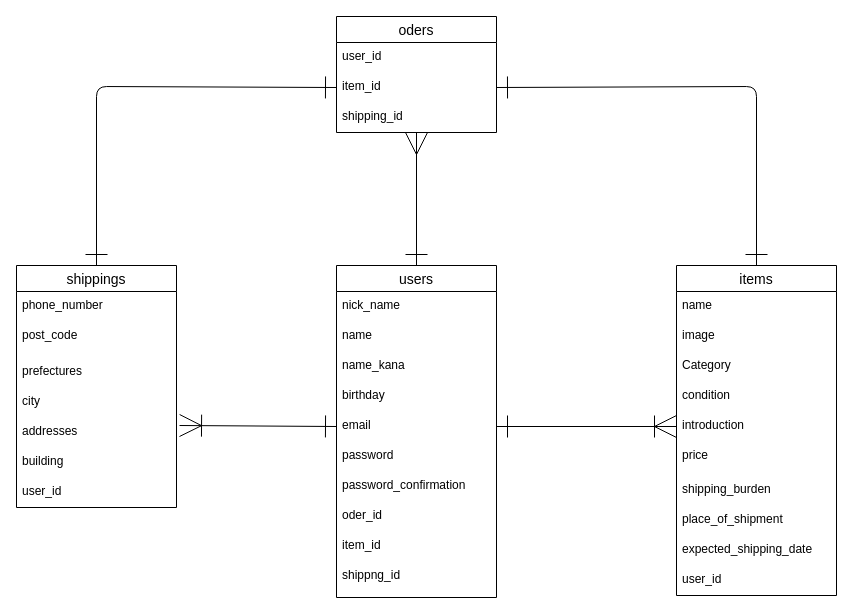
Before: page "ページ1" (1 of 2) of Entity Relationship.dio in sbmbgoto/furima-39218, a draw.io diagram. Source tidied: cells renumbered, new cells numbered last; positions are measured from the earlier drawing's top-left corner, leaving out a move shared by most shapes. Both pictures are drawn from the tidied source at 100%, with x=0, y=0 at pixel (16, 16).
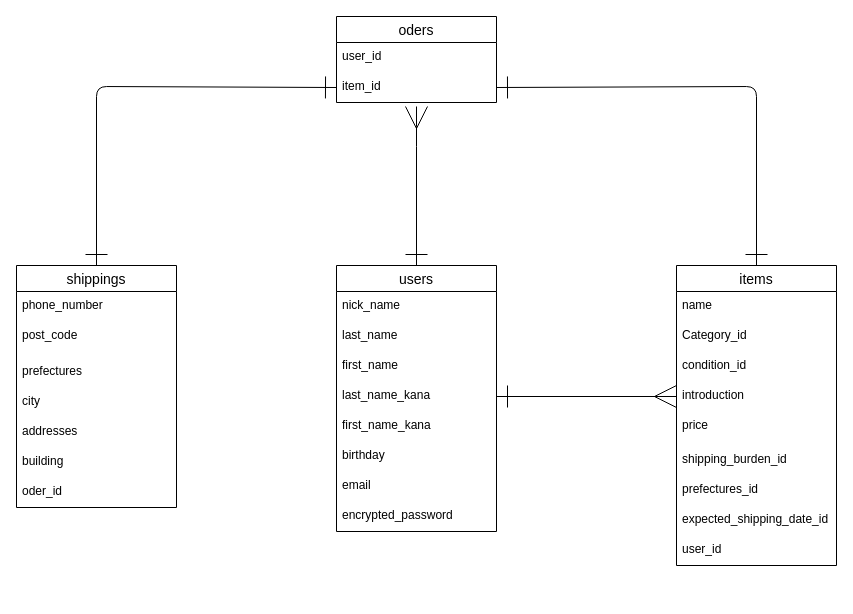
The same page after the edit.

Unchanged cells that the change refers to:
```xml
<mxCell id="7" value="shippings" style="swimlane;fontStyle=0;horizontal=1;startSize=26;align=center;fontSize=14;" parent="1" vertex="1">
  <mxGeometry y="249" width="160" height="242" as="geometry" />
</mxCell>
<mxCell id="12" value="addresses" style="text;strokeColor=none;fillColor=none;spacingLeft=4;spacingRight=4;overflow=hidden;points=[[0,0.5],[1,0.5]];portConstraint=eastwest;fontSize=12;" parent="7" vertex="1">
  <mxGeometry y="152" width="160" height="30" as="geometry" />
</mxCell>
```

What changed in the source:
```diff
@@
     <mxCell id="2" value="oders" style="swimlane;fontStyle=0;horizontal=1;startSize=26;align=center;fontSize=14;" parent="1" vertex="1">
-      <mxGeometry x="320" width="160" height="116" as="geometry" />
+      <mxGeometry x="320" width="160" height="86" as="geometry" />
     </mxCell>
@@
-    <mxCell id="5" value="shipping_id" style="text;strokeColor=none;fillColor=none;spacingLeft=4;spacingRight=4;overflow=hidden;points=[[0,0.5],[1,0.5]];portConstraint=eastwest;fontSize=12;" parent="2" vertex="1">
-      <mxGeometry y="86" width="160" height="30" as="geometry" />
-    </mxCell>
@@
-    <mxCell id="14" value="user_id" style="text;strokeColor=none;fillColor=none;spacingLeft=4;spacingRight=4;overflow=hidden;fontSize=12;" parent="7" vertex="1">
+    <mxCell id="14" value="oder_id" style="text;strokeColor=none;fillColor=none;spacingLeft=4;spacingRight=4;overflow=hidden;fontSize=12;" parent="7" vertex="1">
       <mxGeometry y="212" width="160" height="30" as="geometry" />
     </mxCell>
@@
     <mxCell id="16" value="items" style="swimlane;fontStyle=0;horizontal=1;startSize=26;align=center;fontSize=14;" parent="1" vertex="1">
-      <mxGeometry x="660" y="249" width="160" height="330" as="geometry" />
+      <mxGeometry x="660" y="249" width="160" height="300" as="geometry" />
     </mxCell>
@@
-    <mxCell id="18" value="image" style="text;strokeColor=none;fillColor=none;spacingLeft=4;spacingRight=4;overflow=hidden;fontSize=12;" parent="16" vertex="1">
-      <mxGeometry y="56" width="160" height="30" as="geometry" />
-    </mxCell>
-    <mxCell id="19" value="Category" style="text;strokeColor=none;fillColor=none;spacingLeft=4;spacingRight=4;overflow=hidden;fontSize=12;" parent="16" vertex="1">
-      <mxGeometry y="86" width="160" height="30" as="geometry" />
+    <mxCell id="19" value="Category_id" style="text;strokeColor=none;fillColor=none;spacingLeft=4;spacingRight=4;overflow=hidden;fontSize=12;" parent="16" vertex="1">
+      <mxGeometry y="56" width="160" height="30" as="geometry" />
     </mxCell>
-    <mxCell id="20" value="condition" style="text;strokeColor=none;fillColor=none;spacingLeft=4;spacingRight=4;overflow=hidden;fontSize=12;" parent="16" vertex="1">
-      <mxGeometry y="116" width="160" height="30" as="geometry" />
+    <mxCell id="20" value="condition_id" style="text;strokeColor=none;fillColor=none;spacingLeft=4;spacingRight=4;overflow=hidden;fontSize=12;" parent="16" vertex="1">
+      <mxGeometry y="86" width="160" height="30" as="geometry" />
     </mxCell>
     <mxCell id="21" value="introduction" style="text;strokeColor=none;fillColor=none;spacingLeft=4;spacingRight=4;overflow=hidden;points=[[0,0.5],[1,0.5]];portConstraint=eastwest;fontSize=12;" parent="16" vertex="1">
-      <mxGeometry y="146" width="160" height="30" as="geometry" />
+      <mxGeometry y="116" width="160" height="30" as="geometry" />
     </mxCell>
     <mxCell id="22" value="price" style="text;strokeColor=none;fillColor=none;spacingLeft=4;spacingRight=4;overflow=hidden;fontSize=12;" parent="16" vertex="1">
-      <mxGeometry y="176" width="160" height="34" as="geometry" />
+      <mxGeometry y="146" width="160" height="34" as="geometry" />
     </mxCell>
-    <mxCell id="23" value="shipping_burden" style="text;strokeColor=none;fillColor=none;spacingLeft=4;spacingRight=4;overflow=hidden;fontSize=12;" parent="16" vertex="1">
-      <mxGeometry y="210" width="160" height="30" as="geometry" />
+    <mxCell id="23" value="shipping_burden_id" style="text;strokeColor=none;fillColor=none;spacingLeft=4;spacingRight=4;overflow=hidden;fontSize=12;" parent="16" vertex="1">
+      <mxGeometry y="180" width="160" height="30" as="geometry" />
     </mxCell>
-    <mxCell id="24" value="place_of_shipment" style="text;strokeColor=none;fillColor=none;spacingLeft=4;spacingRight=4;overflow=hidden;fontSize=12;" parent="16" vertex="1">
-      <mxGeometry y="240" width="160" height="30" as="geometry" />
+    <mxCell id="24" value="prefectures_id" style="text;strokeColor=none;fillColor=none;spacingLeft=4;spacingRight=4;overflow=hidden;fontSize=12;" parent="16" vertex="1">
+      <mxGeometry y="210" width="160" height="30" as="geometry" />
     </mxCell>
-    <mxCell id="25" value="expected_shipping_date" style="text;strokeColor=none;fillColor=none;spacingLeft=4;spacingRight=4;overflow=hidden;fontSize=12;" parent="16" vertex="1">
-      <mxGeometry y="270" width="160" height="30" as="geometry" />
+    <mxCell id="25" value="expected_shipping_date_id" style="text;strokeColor=none;fillColor=none;spacingLeft=4;spacingRight=4;overflow=hidden;fontSize=12;" parent="16" vertex="1">
+      <mxGeometry y="240" width="160" height="30" as="geometry" />
     </mxCell>
     <mxCell id="26" value="user_id" style="text;strokeColor=none;fillColor=none;spacingLeft=4;spacingRight=4;overflow=hidden;fontSize=12;" parent="16" vertex="1">
-      <mxGeometry y="300" width="160" height="30" as="geometry" />
+      <mxGeometry y="270" width="160" height="30" as="geometry" />
     </mxCell>
-    <mxCell id="27" style="edgeStyle=none;jumpSize=6;html=1;exitX=0.5;exitY=0;exitDx=0;exitDy=0;startArrow=ERone;startFill=0;endArrow=ERmany;endFill=0;startSize=20;endSize=20;" parent="1" edge="1" source="28" target="5">
-      <mxGeometry relative="1" as="geometry" />
+    <mxCell id="27" style="edgeStyle=none;jumpSize=6;html=1;exitX=0.5;exitY=0;exitDx=0;exitDy=0;startArrow=ERone;startFill=0;endArrow=ERmany;endFill=0;startSize=20;endSize=20;" parent="1" edge="1" source="28">
+      <mxGeometry relative="1" as="geometry">
+        <mxPoint x="400" y="90" as="targetPoint" />
+        <Array as="points">
+          <mxPoint x="400" y="120" />
+        </Array>
+      </mxGeometry>
     </mxCell>
     <mxCell id="28" value="users" style="swimlane;fontStyle=0;horizontal=1;startSize=26;align=center;fontSize=14;" parent="1" vertex="1">
-      <mxGeometry x="320" y="249" width="160" height="332" as="geometry" />
+      <mxGeometry x="320" y="249" width="160" height="266" as="geometry" />
     </mxCell>
@@
+    <mxCell id="37" value="last_name" style="text;strokeColor=none;fillColor=none;spacingLeft=4;spacingRight=4;overflow=hidden;fontSize=12;" parent="28" vertex="1">
+      <mxGeometry y="56" width="160" height="30" as="geometry" />
+    </mxCell>
-    <mxCell id="30" value="name" style="text;strokeColor=none;fillColor=none;spacingLeft=4;spacingRight=4;overflow=hidden;fontSize=12;" parent="28" vertex="1">
-      <mxGeometry y="56" width="160" height="30" as="geometry" />
+    <mxCell id="30" value="first_name" style="text;strokeColor=none;fillColor=none;spacingLeft=4;spacingRight=4;overflow=hidden;fontSize=12;" parent="28" vertex="1">
+      <mxGeometry y="86" width="160" height="30" as="geometry" />
     </mxCell>
+    <mxCell id="36" value="last_name_kana" style="text;strokeColor=none;fillColor=none;spacingLeft=4;spacingRight=4;overflow=hidden;points=[[0,0.5],[1,0.5]];portConstraint=eastwest;fontSize=12;" parent="28" vertex="1">
+      <mxGeometry y="116" width="160" height="30" as="geometry" />
+    </mxCell>
-    <mxCell id="31" value="name_kana" style="text;strokeColor=none;fillColor=none;spacingLeft=4;spacingRight=4;overflow=hidden;fontSize=12;" parent="28" vertex="1">
-      <mxGeometry y="86" width="160" height="30" as="geometry" />
+    <mxCell id="31" value="first_name_kana" style="text;strokeColor=none;fillColor=none;spacingLeft=4;spacingRight=4;overflow=hidden;fontSize=12;" parent="28" vertex="1">
+      <mxGeometry y="146" width="160" height="30" as="geometry" />
     </mxCell>
     <mxCell id="32" value="birthday" style="text;strokeColor=none;fillColor=none;spacingLeft=4;spacingRight=4;overflow=hidden;fontSize=12;" parent="28" vertex="1">
-      <mxGeometry y="116" width="160" height="30" as="geometry" />
+      <mxGeometry y="176" width="160" height="30" as="geometry" />
     </mxCell>
     <mxCell id="33" value="email" style="text;strokeColor=none;fillColor=none;spacingLeft=4;spacingRight=4;overflow=hidden;points=[[0,0.5],[1,0.5]];portConstraint=eastwest;fontSize=12;" parent="28" vertex="1">
-      <mxGeometry y="146" width="160" height="30" as="geometry" />
+      <mxGeometry y="206" width="160" height="30" as="geometry" />
     </mxCell>
-    <mxCell id="34" value="password" style="text;strokeColor=none;fillColor=none;spacingLeft=4;spacingRight=4;overflow=hidden;fontSize=12;" parent="28" vertex="1">
-      <mxGeometry y="176" width="160" height="30" as="geometry" />
+    <mxCell id="34" value="encrypted_password" style="text;strokeColor=none;fillColor=none;spacingLeft=4;spacingRight=4;overflow=hidden;fontSize=12;" parent="28" vertex="1">
+      <mxGeometry y="236" width="160" height="30" as="geometry" />
     </mxCell>
-    <mxCell id="35" value="password_confirmation" style="text;strokeColor=none;fillColor=none;spacingLeft=4;spacingRight=4;overflow=hidden;fontSize=12;" parent="28" vertex="1">
-      <mxGeometry y="206" width="160" height="30" as="geometry" />
-    </mxCell>
-    <mxCell id="36" value="oder_id" style="text;strokeColor=none;fillColor=none;spacingLeft=4;spacingRight=4;overflow=hidden;points=[[0,0.5],[1,0.5]];portConstraint=eastwest;fontSize=12;" parent="28" vertex="1">
-      <mxGeometry y="236" width="160" height="30" as="geometry" />
-    </mxCell>
-    <mxCell id="37" value="item_id" style="text;strokeColor=none;fillColor=none;spacingLeft=4;spacingRight=4;overflow=hidden;fontSize=12;" parent="28" vertex="1">
-      <mxGeometry y="266" width="160" height="30" as="geometry" />
-    </mxCell>
-    <mxCell id="38" value="shippng_id" style="text;strokeColor=none;fillColor=none;spacingLeft=4;spacingRight=4;overflow=hidden;fontSize=12;" parent="28" vertex="1">
-      <mxGeometry y="296" width="160" height="36" as="geometry" />
-    </mxCell>
-    <mxCell id="39" style="edgeStyle=none;jumpSize=6;html=1;exitX=1;exitY=0.5;exitDx=0;exitDy=0;entryX=0;entryY=0.5;entryDx=0;entryDy=0;startArrow=ERone;startFill=0;endArrow=ERoneToMany;endFill=0;startSize=20;endSize=20;" parent="1" edge="1" source="33" target="21">
-      <mxGeometry relative="1" as="geometry" />
-    </mxCell>
-    <mxCell id="40" style="edgeStyle=none;jumpSize=6;html=1;exitX=0;exitY=0.5;exitDx=0;exitDy=0;entryX=1.019;entryY=0.267;entryDx=0;entryDy=0;entryPerimeter=0;startArrow=ERone;startFill=0;endArrow=ERoneToMany;endFill=0;startSize=20;endSize=20;" parent="1" edge="1" source="33" target="12">
-      <mxGeometry relative="1" as="geometry" />
-    </mxCell>
+    <mxCell id="41" style="edgeStyle=none;html=1;exitX=1;exitY=0.5;exitDx=0;exitDy=0;entryX=0;entryY=0.5;entryDx=0;entryDy=0;endArrow=ERmany;endFill=0;startArrow=ERone;startFill=0;endSize=20;startSize=20;" parent="1" edge="1" source="36" target="21">
+      <mxGeometry relative="1" as="geometry" />
+    </mxCell>
```
